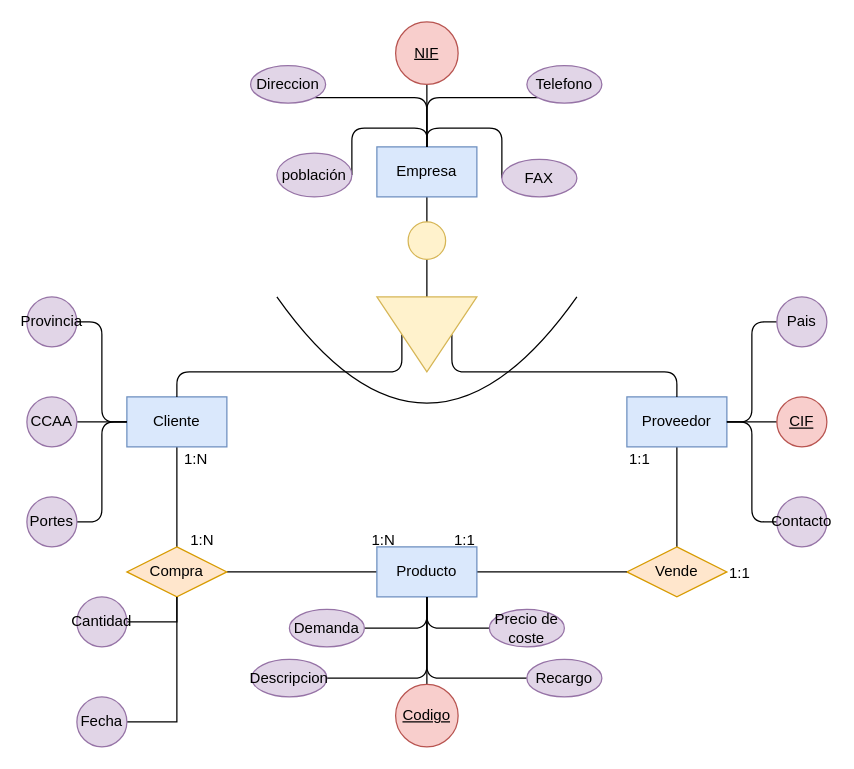
toninavhd/Base-datos keeps this draw.io diagram as Unidad-1/Tareas/Diagrama sin título.drawio. Above is the earlier version. Source tidied: cells renumbered, new cells numbered last; positions are measured from the earlier drawing's top-left corner, leaving out a move shared by most shapes. Both pictures are drawn from the tidied source at 125%, with x=0, y=0 at pixel (26, 21).
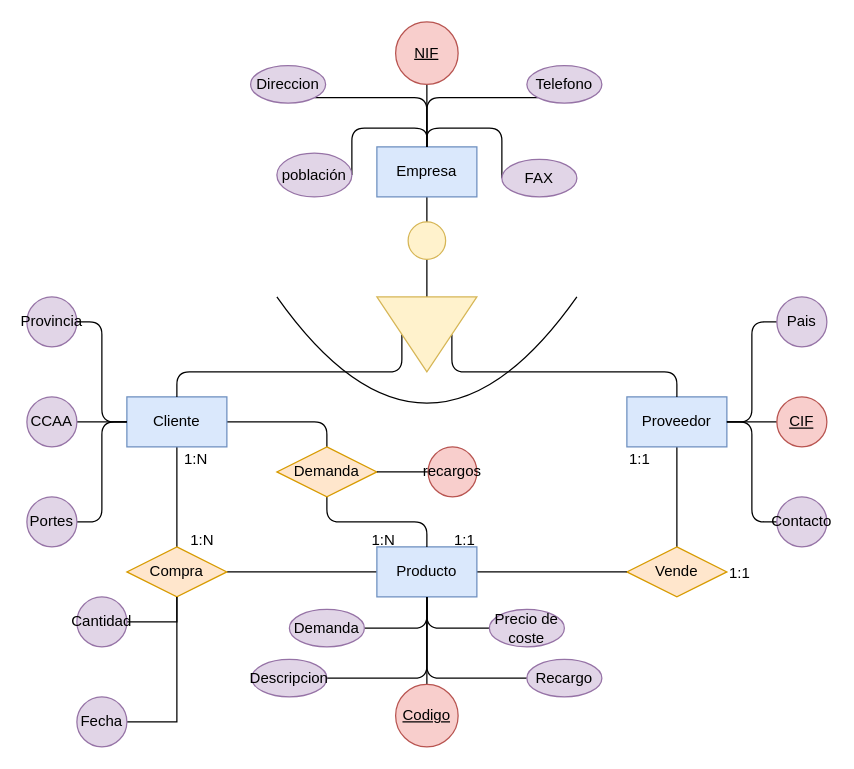
The same diagram, later.

The change refers to these unchanged cells:
```xml
<mxCell id="5" value="Cliente" style="rounded=0;whiteSpace=wrap;html=1;fillColor=#dae8fc;strokeColor=#6c8ebf;" parent="1" vertex="1">
  <mxGeometry x="80" y="300" width="80" height="40" as="geometry" />
</mxCell>
<mxCell id="32" value="Producto" style="rounded=0;whiteSpace=wrap;html=1;fillColor=#dae8fc;strokeColor=#6c8ebf;" parent="1" vertex="1">
  <mxGeometry x="280" y="420" width="80" height="40" as="geometry" />
</mxCell>
```

Change to the diagram source:
```diff
@@
+    <mxCell id="60" style="edgeStyle=orthogonalEdgeStyle;rounded=1;jettySize=auto;html=1;exitX=1;exitY=0.5;exitDx=0;exitDy=0;entryX=0.5;entryY=0;entryDx=0;entryDy=0;endArrow=none;endFill=0;" parent="1" edge="1" source="5" target="62">
+      <mxGeometry relative="1" as="geometry" />
+    </mxCell>
@@
+    <mxCell id="61" style="edgeStyle=orthogonalEdgeStyle;rounded=1;jettySize=auto;html=1;exitX=0.5;exitY=1;exitDx=0;exitDy=0;entryX=0.5;entryY=0;entryDx=0;entryDy=0;endArrow=none;endFill=0;" parent="1" edge="1" source="62" target="32">
+      <mxGeometry relative="1" as="geometry" />
+    </mxCell>
+    <mxCell id="62" value="Demanda" style="rhombus;whiteSpace=wrap;html=1;fillColor=#ffe6cc;strokeColor=#d79b00;" parent="1" vertex="1">
+      <mxGeometry x="200" y="340" width="80" height="40" as="geometry" />
+    </mxCell>
+    <mxCell id="63" style="edgeStyle=orthogonalEdgeStyle;rounded=0;jettySize=auto;html=1;exitX=0;exitY=0.5;exitDx=0;exitDy=0;entryX=1;entryY=0.5;entryDx=0;entryDy=0;endArrow=none;endFill=0;" parent="1" edge="1" source="64" target="62">
+      <mxGeometry relative="1" as="geometry" />
+    </mxCell>
+    <mxCell id="64" value="&lt;div&gt;recargos&lt;/div&gt;" style="ellipse;whiteSpace=wrap;html=1;fillColor=#f8cecc;strokeColor=#b85450;" parent="1" vertex="1">
+      <mxGeometry x="321" y="340" width="39" height="40" as="geometry" />
+    </mxCell>
```
